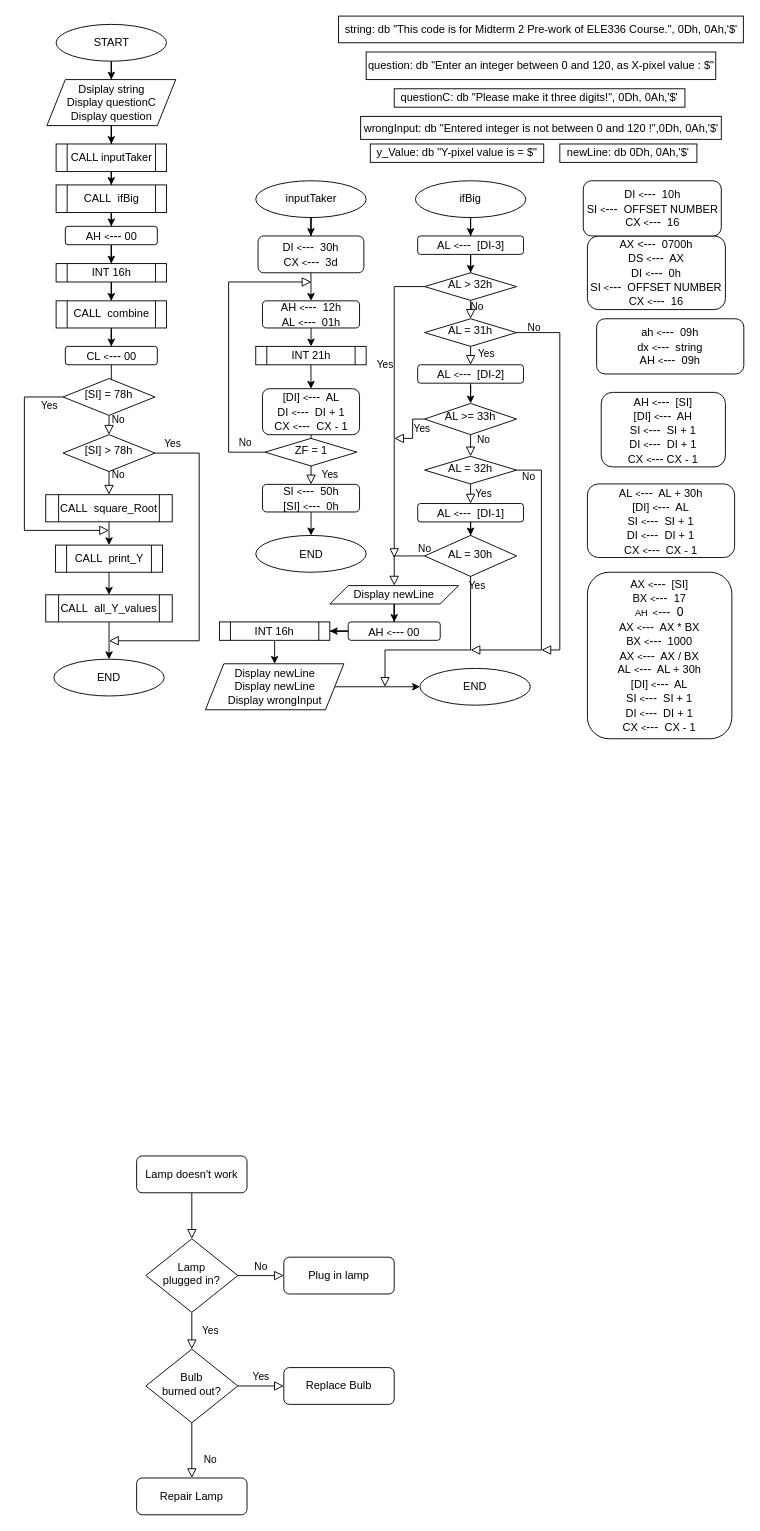
Earlier version of the draw.io diagram micro_mt2_1.drawio (mmuurraatt/My-Projects-On-Github). Source tidied: cells renumbered, new cells numbered last; positions are measured from the earlier drawing's top-left corner, leaving out a move shared by most shapes. Both pictures are drawn from the tidied source at 92%, with x=0, y=0 at pixel (24, 16).
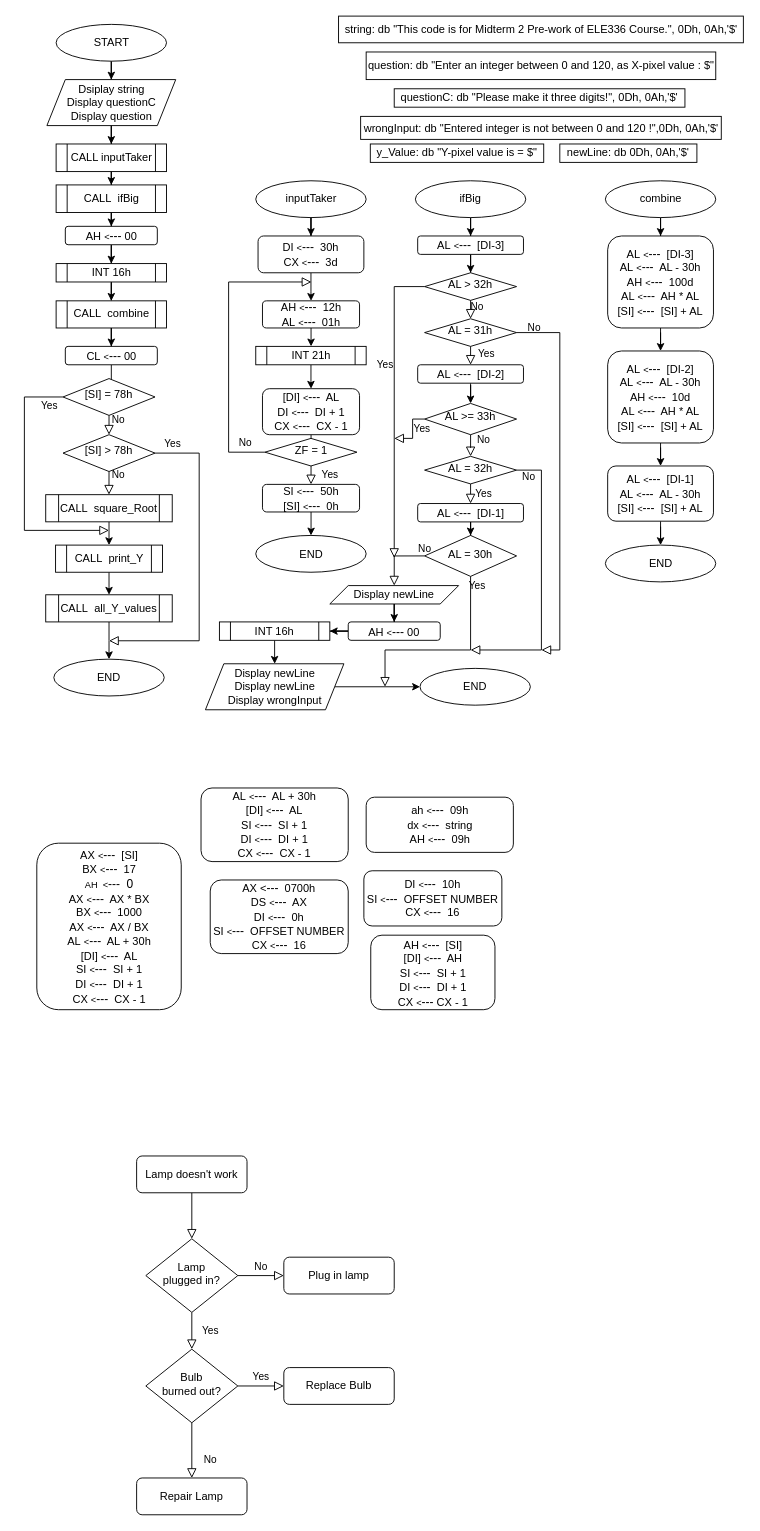
The same diagram, later.

What changed in the source:
```diff
@@
     <mxCell id="13" value="AX &lt;font&gt;&lt;font style=&quot;font-size: 12px&quot;&gt;&amp;lt;&lt;/font&gt;&lt;span style=&quot;font-size: 13px&quot;&gt;---&lt;/span&gt;&lt;/font&gt;&amp;nbsp; 0700h&lt;br&gt;DS&amp;nbsp;&lt;font style=&quot;font-size: 10px&quot;&gt;&amp;lt;&lt;/font&gt;&lt;font style=&quot;font-size: 13px&quot;&gt;---&lt;/font&gt;&amp;nbsp; AX&lt;br&gt;DI&amp;nbsp;&lt;font style=&quot;font-size: 10px&quot;&gt;&amp;lt;&lt;/font&gt;&lt;font style=&quot;font-size: 13px&quot;&gt;---&lt;/font&gt;&amp;nbsp; 0h&lt;br&gt;SI&amp;nbsp;&lt;font style=&quot;font-size: 10px&quot;&gt;&amp;lt;&lt;/font&gt;&lt;font style=&quot;font-size: 13px&quot;&gt;---&lt;/font&gt;&amp;nbsp; OFFSET NUMBER&lt;br&gt;CX&amp;nbsp;&lt;font style=&quot;font-size: 10px&quot;&gt;&amp;lt;&lt;/font&gt;&lt;font style=&quot;font-size: 13px&quot;&gt;---&lt;/font&gt;&amp;nbsp; 16" style="rounded=1;whiteSpace=wrap;html=1;fontSize=12;glass=0;strokeWidth=1;shadow=0;" parent="1" vertex="1">
-      <mxGeometry x="612" y="239" width="150" height="80" as="geometry" />
+      <mxGeometry x="202" y="939" width="150" height="80" as="geometry" />
     </mxCell>
@@
     <mxCell id="17" value="&lt;span&gt;ah&amp;nbsp;&lt;/span&gt;&lt;font style=&quot;font-size: 10px&quot;&gt;&amp;lt;&lt;/font&gt;&lt;font style=&quot;font-size: 13px&quot;&gt;---&lt;/font&gt;&lt;span&gt;&amp;nbsp; 09h&lt;/span&gt;&lt;br&gt;&lt;span&gt;dx&amp;nbsp;&lt;/span&gt;&lt;font style=&quot;font-size: 10px&quot;&gt;&amp;lt;&lt;/font&gt;&lt;font style=&quot;font-size: 13px&quot;&gt;---&lt;/font&gt;&lt;span&gt;&amp;nbsp; string&lt;/span&gt;&lt;br&gt;&lt;span&gt;AH&amp;nbsp;&lt;/span&gt;&lt;font style=&quot;font-size: 10px&quot;&gt;&amp;lt;&lt;/font&gt;&lt;font style=&quot;font-size: 13px&quot;&gt;---&lt;/font&gt;&lt;span&gt;&amp;nbsp; 09h&lt;/span&gt;" style="rounded=1;whiteSpace=wrap;html=1;fontSize=12;glass=0;strokeWidth=1;shadow=0;" parent="1" vertex="1">
-      <mxGeometry x="622" y="329" width="160" height="60" as="geometry" />
+      <mxGeometry x="371.5" y="849" width="160" height="60" as="geometry" />
     </mxCell>
     <mxCell id="18" value="AH&amp;nbsp;&lt;font style=&quot;font-size: 10px&quot;&gt;&amp;lt;&lt;/font&gt;&lt;font style=&quot;font-size: 13px&quot;&gt;---&lt;/font&gt;&amp;nbsp; [SI]&lt;br&gt;[DI]&amp;nbsp;&lt;font style=&quot;font-size: 10px&quot;&gt;&amp;lt;&lt;/font&gt;&lt;font style=&quot;font-size: 13px&quot;&gt;---&lt;/font&gt;&amp;nbsp; AH&lt;br&gt;SI&amp;nbsp;&lt;font style=&quot;font-size: 10px&quot;&gt;&amp;lt;&lt;/font&gt;&lt;font style=&quot;font-size: 13px&quot;&gt;---&lt;/font&gt;&amp;nbsp; SI + 1&lt;br&gt;DI&amp;nbsp;&lt;font style=&quot;font-size: 10px&quot;&gt;&amp;lt;&lt;/font&gt;&lt;font style=&quot;font-size: 13px&quot;&gt;---&lt;/font&gt;&amp;nbsp; DI + 1&lt;br&gt;CX&amp;nbsp;&lt;font style=&quot;font-size: 10px&quot;&gt;&amp;lt;&lt;/font&gt;&lt;font style=&quot;font-size: 13px&quot;&gt;---&lt;/font&gt;&amp;nbsp;CX - 1" style="rounded=1;whiteSpace=wrap;html=1;fontSize=12;glass=0;strokeWidth=1;shadow=0;" parent="1" vertex="1">
-      <mxGeometry x="627" y="409" width="135" height="81" as="geometry" />
+      <mxGeometry x="376.5" y="999" width="135" height="81" as="geometry" />
     </mxCell>
     <mxCell id="19" value="DI&amp;nbsp;&lt;font style=&quot;font-size: 10px&quot;&gt;&amp;lt;&lt;/font&gt;&lt;font style=&quot;font-size: 13px&quot;&gt;---&lt;/font&gt;&amp;nbsp; 10h&lt;br&gt;SI&amp;nbsp;&lt;font style=&quot;font-size: 10px&quot;&gt;&amp;lt;&lt;/font&gt;&lt;font style=&quot;font-size: 13px&quot;&gt;---&lt;/font&gt;&amp;nbsp; OFFSET NUMBER&lt;br&gt;CX&amp;nbsp;&lt;font style=&quot;font-size: 10px&quot;&gt;&amp;lt;&lt;/font&gt;&lt;font style=&quot;font-size: 13px&quot;&gt;---&lt;/font&gt;&amp;nbsp; 16" style="rounded=1;whiteSpace=wrap;html=1;fontSize=12;glass=0;strokeWidth=1;shadow=0;" parent="1" vertex="1">
-      <mxGeometry x="607.5" y="179" width="150" height="60" as="geometry" />
+      <mxGeometry x="369" y="929" width="150" height="60" as="geometry" />
     </mxCell>
@@
     <mxCell id="21" value="AX&amp;nbsp;&lt;font style=&quot;font-size: 10px&quot;&gt;&amp;lt;&lt;/font&gt;&lt;font style=&quot;font-size: 13px&quot;&gt;---&lt;/font&gt;&amp;nbsp; [SI]&lt;br&gt;BX&amp;nbsp;&lt;font style=&quot;font-size: 10px&quot;&gt;&amp;lt;&lt;/font&gt;&lt;font style=&quot;font-size: 13px&quot;&gt;---&lt;/font&gt;&amp;nbsp; 17&lt;br&gt;&lt;font style=&quot;font-size: 10px&quot;&gt;AH&amp;nbsp; &amp;lt;&lt;/font&gt;&lt;font style=&quot;font-size: 13px&quot;&gt;---&amp;nbsp; 0&lt;/font&gt;&lt;br&gt;AX&amp;nbsp;&lt;font style=&quot;font-size: 10px&quot;&gt;&amp;lt;&lt;/font&gt;&lt;font style=&quot;font-size: 13px&quot;&gt;---&lt;/font&gt;&amp;nbsp; AX * BX&lt;br&gt;BX&amp;nbsp;&lt;font style=&quot;font-size: 10px&quot;&gt;&amp;lt;&lt;/font&gt;&lt;font style=&quot;font-size: 13px&quot;&gt;---&lt;/font&gt;&amp;nbsp; 1000&lt;br&gt;AX&amp;nbsp;&lt;font style=&quot;font-size: 10px&quot;&gt;&amp;lt;&lt;/font&gt;&lt;font style=&quot;font-size: 13px&quot;&gt;---&lt;/font&gt;&amp;nbsp; AX / BX&lt;br&gt;AL&amp;nbsp;&lt;font style=&quot;font-size: 10px&quot;&gt;&amp;lt;&lt;/font&gt;&lt;font style=&quot;font-size: 13px&quot;&gt;---&lt;/font&gt;&amp;nbsp; AL + 30h&lt;br&gt;[DI]&amp;nbsp;&lt;font style=&quot;font-size: 10px&quot;&gt;&amp;lt;&lt;/font&gt;&lt;font style=&quot;font-size: 13px&quot;&gt;---&lt;/font&gt;&amp;nbsp; AL&lt;br&gt;SI&amp;nbsp;&lt;font style=&quot;font-size: 10px&quot;&gt;&amp;lt;&lt;/font&gt;&lt;font style=&quot;font-size: 13px&quot;&gt;---&lt;/font&gt;&amp;nbsp; SI + 1&lt;br&gt;DI&amp;nbsp;&lt;font style=&quot;font-size: 10px&quot;&gt;&amp;lt;&lt;/font&gt;&lt;font style=&quot;font-size: 13px&quot;&gt;---&lt;/font&gt;&amp;nbsp; DI + 1&lt;br&gt;CX&amp;nbsp;&lt;font style=&quot;font-size: 10px&quot;&gt;&amp;lt;&lt;/font&gt;&lt;font style=&quot;font-size: 13px&quot;&gt;---&lt;/font&gt;&amp;nbsp; CX - 1" style="rounded=1;whiteSpace=wrap;html=1;fontSize=12;glass=0;strokeWidth=1;shadow=0;" parent="1" vertex="1">
-      <mxGeometry x="612" y="604.5" width="157" height="181" as="geometry" />
+      <mxGeometry x="13.5" y="899" width="157" height="181" as="geometry" />
     </mxCell>
     <mxCell id="22" value="&lt;span style=&quot;font-size: 12px&quot;&gt;AL&amp;nbsp;&lt;/span&gt;&lt;font style=&quot;font-size: 10px&quot;&gt;&amp;lt;&lt;/font&gt;&lt;font&gt;---&lt;/font&gt;&lt;span style=&quot;font-size: 12px&quot;&gt;&amp;nbsp; AL + 30h&lt;/span&gt;&lt;br style=&quot;font-size: 12px&quot;&gt;&lt;span style=&quot;font-size: 12px&quot;&gt;[DI]&amp;nbsp;&lt;/span&gt;&lt;font style=&quot;font-size: 10px&quot;&gt;&amp;lt;&lt;/font&gt;&lt;font&gt;---&lt;/font&gt;&lt;span style=&quot;font-size: 12px&quot;&gt;&amp;nbsp; AL&lt;/span&gt;&lt;br style=&quot;font-size: 12px&quot;&gt;&lt;span style=&quot;font-size: 12px&quot;&gt;SI&amp;nbsp;&lt;/span&gt;&lt;font style=&quot;font-size: 10px&quot;&gt;&amp;lt;&lt;/font&gt;&lt;font&gt;---&lt;/font&gt;&lt;span style=&quot;font-size: 12px&quot;&gt;&amp;nbsp; SI + 1&lt;/span&gt;&lt;br style=&quot;font-size: 12px&quot;&gt;&lt;span style=&quot;font-size: 12px&quot;&gt;DI&amp;nbsp;&lt;/span&gt;&lt;font style=&quot;font-size: 10px&quot;&gt;&amp;lt;&lt;/font&gt;&lt;font&gt;---&lt;/font&gt;&lt;span style=&quot;font-size: 12px&quot;&gt;&amp;nbsp; DI + 1&lt;/span&gt;&lt;br style=&quot;font-size: 12px&quot;&gt;&lt;span style=&quot;font-size: 12px&quot;&gt;CX&amp;nbsp;&lt;/span&gt;&lt;font style=&quot;font-size: 10px&quot;&gt;&amp;lt;&lt;/font&gt;&lt;font&gt;---&lt;/font&gt;&lt;span style=&quot;font-size: 12px&quot;&gt;&amp;nbsp; CX - 1&lt;/span&gt;" style="rounded=1;whiteSpace=wrap;html=1;fontSize=13;" parent="1" vertex="1">
-      <mxGeometry x="612" y="508.5" width="160" height="80" as="geometry" />
+      <mxGeometry x="192" y="839" width="160" height="80" as="geometry" />
     </mxCell>
@@
+    <mxCell id="104" style="edgeStyle=orthogonalEdgeStyle;rounded=0;jettySize=auto;html=1;" parent="1" edge="1" source="105" target="107">
+      <mxGeometry relative="1" as="geometry" />
+    </mxCell>
+    <mxCell id="105" value="combine" style="ellipse;whiteSpace=wrap;html=1;" parent="1" vertex="1">
+      <mxGeometry x="631.5" y="179" width="120" height="40" as="geometry" />
+    </mxCell>
+    <mxCell id="106" style="edgeStyle=orthogonalEdgeStyle;rounded=0;jettySize=auto;html=1;" parent="1" edge="1" source="107" target="109">
+      <mxGeometry relative="1" as="geometry" />
+    </mxCell>
+    <mxCell id="107" value="AL&amp;nbsp;&lt;font style=&quot;font-size: 10px&quot;&gt;&amp;lt;&lt;/font&gt;&lt;font style=&quot;font-size: 13px&quot;&gt;---&lt;/font&gt;&amp;nbsp; [DI-3]&lt;br&gt;AL&amp;nbsp;&lt;font style=&quot;font-size: 10px&quot;&gt;&amp;lt;&lt;/font&gt;&lt;font style=&quot;font-size: 13px&quot;&gt;---&lt;/font&gt;&amp;nbsp; AL - 30h&lt;br&gt;AH&amp;nbsp;&lt;font style=&quot;font-size: 10px&quot;&gt;&amp;lt;&lt;/font&gt;&lt;font style=&quot;font-size: 13px&quot;&gt;---&lt;/font&gt;&amp;nbsp; 100d&lt;br&gt;AL&amp;nbsp;&lt;font style=&quot;font-size: 10px&quot;&gt;&amp;lt;&lt;/font&gt;&lt;font style=&quot;font-size: 13px&quot;&gt;---&lt;/font&gt;&amp;nbsp; AH * AL&lt;br&gt;[SI]&amp;nbsp;&lt;font style=&quot;font-size: 10px&quot;&gt;&amp;lt;&lt;/font&gt;&lt;font style=&quot;font-size: 13px&quot;&gt;---&lt;/font&gt;&amp;nbsp; [SI] + AL" style="rounded=1;whiteSpace=wrap;html=1;fontSize=12;glass=0;strokeWidth=1;shadow=0;" parent="1" vertex="1">
+      <mxGeometry x="634" y="239" width="115" height="100" as="geometry" />
+    </mxCell>
+    <mxCell id="108" style="edgeStyle=orthogonalEdgeStyle;rounded=0;jettySize=auto;html=1;" parent="1" edge="1" source="109" target="111">
+      <mxGeometry relative="1" as="geometry" />
+    </mxCell>
+    <mxCell id="109" value="AL&amp;nbsp;&lt;font style=&quot;font-size: 10px&quot;&gt;&amp;lt;&lt;/font&gt;&lt;font style=&quot;font-size: 13px&quot;&gt;---&lt;/font&gt;&amp;nbsp; [DI-2]&lt;br&gt;AL&amp;nbsp;&lt;font style=&quot;font-size: 10px&quot;&gt;&amp;lt;&lt;/font&gt;&lt;font style=&quot;font-size: 13px&quot;&gt;---&lt;/font&gt;&amp;nbsp; AL - 30h&lt;br&gt;AH&amp;nbsp;&lt;font style=&quot;font-size: 10px&quot;&gt;&amp;lt;&lt;/font&gt;&lt;font style=&quot;font-size: 13px&quot;&gt;---&lt;/font&gt;&amp;nbsp; 10d&lt;br&gt;AL&amp;nbsp;&lt;font style=&quot;font-size: 10px&quot;&gt;&amp;lt;&lt;/font&gt;&lt;font style=&quot;font-size: 13px&quot;&gt;---&lt;/font&gt;&amp;nbsp; AH * AL&lt;br&gt;[SI]&amp;nbsp;&lt;font style=&quot;font-size: 10px&quot;&gt;&amp;lt;&lt;/font&gt;&lt;font style=&quot;font-size: 13px&quot;&gt;---&lt;/font&gt;&amp;nbsp; [SI] + AL" style="rounded=1;whiteSpace=wrap;html=1;fontSize=12;glass=0;strokeWidth=1;shadow=0;" parent="1" vertex="1">
+      <mxGeometry x="634" y="364" width="115" height="100" as="geometry" />
+    </mxCell>
+    <mxCell id="110" style="edgeStyle=orthogonalEdgeStyle;rounded=0;jettySize=auto;html=1;" parent="1" edge="1" source="111" target="112">
+      <mxGeometry relative="1" as="geometry" />
+    </mxCell>
+    <mxCell id="111" value="AL&amp;nbsp;&lt;font style=&quot;font-size: 10px&quot;&gt;&amp;lt;&lt;/font&gt;&lt;font style=&quot;font-size: 13px&quot;&gt;---&lt;/font&gt;&amp;nbsp; [DI-1]&lt;br&gt;AL&amp;nbsp;&lt;font style=&quot;font-size: 10px&quot;&gt;&amp;lt;&lt;/font&gt;&lt;font style=&quot;font-size: 13px&quot;&gt;---&lt;/font&gt;&amp;nbsp; AL - 30h&lt;br&gt;[SI]&amp;nbsp;&lt;font style=&quot;font-size: 10px&quot;&gt;&amp;lt;&lt;/font&gt;&lt;font style=&quot;font-size: 13px&quot;&gt;---&lt;/font&gt;&amp;nbsp; [SI] + AL" style="rounded=1;whiteSpace=wrap;html=1;fontSize=12;glass=0;strokeWidth=1;shadow=0;" parent="1" vertex="1">
+      <mxGeometry x="634" y="489" width="115" height="60" as="geometry" />
+    </mxCell>
+    <mxCell id="112" value="END" style="ellipse;whiteSpace=wrap;html=1;" parent="1" vertex="1">
+      <mxGeometry x="631.5" y="575" width="120" height="40" as="geometry" />
+    </mxCell>
```
